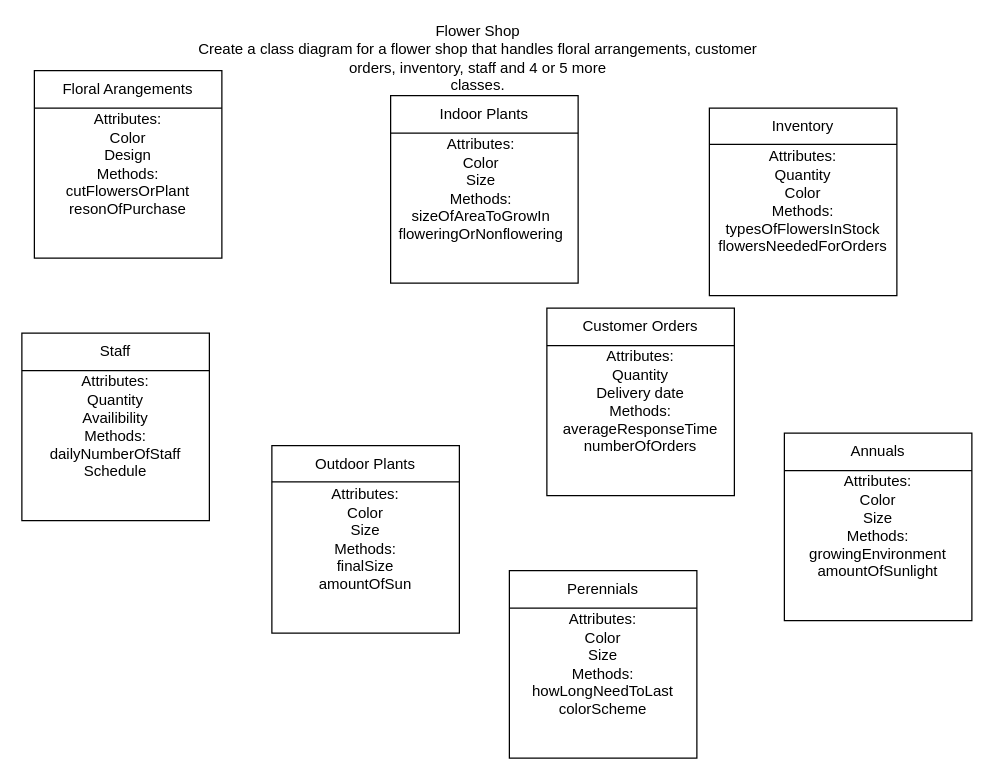
CMPCorinne2024/Allprojects keeps this draw.io diagram as CIS-180-Assignmnet2.drawio. Above is the earlier version. Source tidied: cells renumbered, new cells numbered last; positions are measured from the earlier drawing's top-left corner, leaving out a move shared by most shapes. Both pictures are drawn from the tidied source at 125%, with x=0, y=0 at pixel (21, 32).
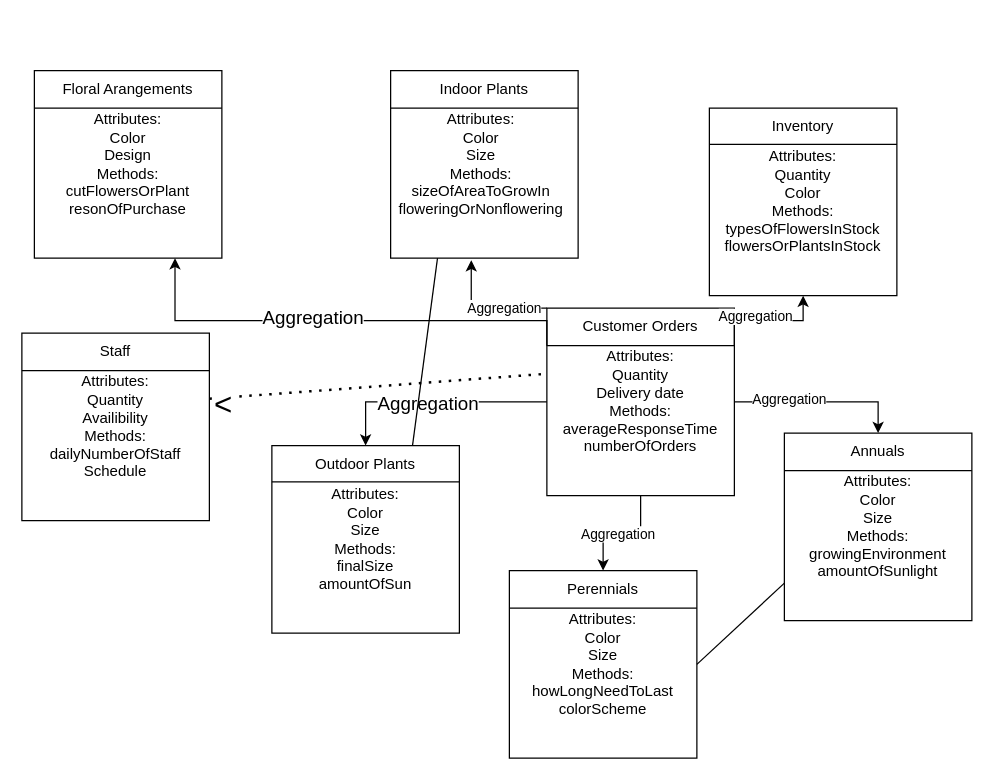
The same diagram, later.

The change refers to these unchanged cells:
```xml
<mxCell id="3" style="whiteSpace=wrap;html=1;" parent="1" vertex="1">
  <mxGeometry x="10" y="30" width="150" height="150" as="geometry" />
</mxCell>
<mxCell id="5" style="whiteSpace=wrap;html=1;" parent="1" vertex="1">
  <mxGeometry x="420" y="220" width="150" height="150" as="geometry" />
</mxCell>
<mxCell id="6" value="Customer Orders" style="text;html=1;align=center;verticalAlign=middle;whiteSpace=wrap;rounded=0;" parent="1" vertex="1">
  <mxGeometry x="420" y="220" width="150" height="30" as="geometry" />
</mxCell>
<mxCell id="7" style="whiteSpace=wrap;html=1;" parent="1" vertex="1">
  <mxGeometry x="550" y="60" width="150" height="150" as="geometry" />
</mxCell>
<mxCell id="12" value="Perennials" style="text;html=1;align=center;verticalAlign=middle;whiteSpace=wrap;rounded=0;" parent="1" vertex="1">
  <mxGeometry x="390" y="430" width="150" height="30" as="geometry" />
</mxCell>
<mxCell id="14" value="Annuals" style="text;html=1;align=center;verticalAlign=middle;whiteSpace=wrap;rounded=0;" parent="1" vertex="1">
  <mxGeometry x="610" y="320" width="150" height="30" as="geometry" />
</mxCell>
<mxCell id="18" value="Outdoor Plants" style="text;html=1;align=center;verticalAlign=middle;whiteSpace=wrap;rounded=0;" parent="1" vertex="1">
  <mxGeometry x="200" y="330" width="150" height="30" as="geometry" />
</mxCell>
<mxCell id="30" value="Attributes:&lt;div&gt;Color&lt;/div&gt;&lt;div&gt;Size&lt;/div&gt;&lt;div&gt;Methods:&lt;/div&gt;&lt;div&gt;growingEnvironment&lt;/div&gt;&lt;div&gt;amountOfSunlight&lt;/div&gt;" style="text;html=1;align=center;verticalAlign=middle;whiteSpace=wrap;rounded=0;" parent="1" vertex="1">
  <mxGeometry x="610" y="350" width="150" height="90" as="geometry" />
</mxCell>
<mxCell id="31" value="Attributes:&lt;div&gt;Color&lt;/div&gt;&lt;div&gt;Size&lt;/div&gt;&lt;div&gt;Methods:&lt;/div&gt;&lt;div&gt;howLongNeedToLast&lt;/div&gt;&lt;div&gt;colorScheme&lt;/div&gt;" style="text;html=1;align=center;verticalAlign=middle;whiteSpace=wrap;rounded=0;" parent="1" vertex="1">
  <mxGeometry x="390" y="460" width="150" height="90" as="geometry" />
</mxCell>
<mxCell id="32" value="Attributes:&lt;div&gt;Quantity&lt;/div&gt;&lt;div&gt;Availibility&lt;/div&gt;&lt;div&gt;Methods:&lt;/div&gt;&lt;div&gt;dailyNumberOfStaff&lt;/div&gt;&lt;div&gt;Schedule&lt;/div&gt;" style="text;html=1;align=center;verticalAlign=middle;whiteSpace=wrap;rounded=0;" parent="1" vertex="1">
  <mxGeometry y="270" width="150" height="90" as="geometry" />
</mxCell>
<mxCell id="34" value="Attributes:&lt;div&gt;Quantity&lt;/div&gt;&lt;div&gt;Delivery date&lt;/div&gt;&lt;div&gt;Methods:&lt;/div&gt;&lt;div&gt;averageResponseTime&lt;/div&gt;&lt;div&gt;numberOfOrders&lt;/div&gt;" style="text;html=1;align=center;verticalAlign=middle;whiteSpace=wrap;rounded=0;" parent="1" vertex="1">
  <mxGeometry x="420" y="250" width="150" height="90" as="geometry" />
</mxCell>
```

Diff of the diagram source:
```diff
@@
-    <mxCell id="2" value="Flower Shop&lt;br/&gt;Create a class diagram for a flower shop that handles floral arrangements, customer orders, inventory, staff and 4 or 5 more&lt;br/&gt;classes." style="text;html=1;align=center;verticalAlign=middle;whiteSpace=wrap;rounded=0;" parent="1" vertex="1">
-      <mxGeometry x="130" width="470" height="40" as="geometry" />
-    </mxCell>
@@
+    <mxCell id="35" style="edgeStyle=orthogonalEdgeStyle;rounded=0;jettySize=auto;html=1;exitX=0.5;exitY=1;exitDx=0;exitDy=0;entryX=0.5;entryY=0;entryDx=0;entryDy=0;" parent="1" edge="1" source="5" target="12">
+      <mxGeometry relative="1" as="geometry" />
+    </mxCell>
+    <mxCell id="36" value="Aggregation" style="edgeLabel;html=1;align=center;verticalAlign=middle;" parent="35" vertex="1">
+      <mxGeometry x="0.08" relative="1" as="geometry" />
+    </mxCell>
@@
+    <mxCell id="37" style="edgeStyle=orthogonalEdgeStyle;rounded=0;jettySize=auto;html=1;entryX=0.43;entryY=1.011;entryDx=0;entryDy=0;entryPerimeter=0;" parent="1" edge="1" source="6" target="15">
+      <mxGeometry relative="1" as="geometry">
+        <Array as="points">
+          <mxPoint x="359" y="220" />
+        </Array>
+      </mxGeometry>
+    </mxCell>
+    <mxCell id="38" value="Aggregation" style="edgeLabel;html=1;align=center;verticalAlign=middle;" parent="37" vertex="1">
+      <mxGeometry x="-0.29" y="-1" relative="1" as="geometry" />
+    </mxCell>
@@
     <mxCell id="15" style="whiteSpace=wrap;html=1;" parent="1" vertex="1">
-      <mxGeometry x="295" y="50" width="150" height="150" as="geometry" />
+      <mxGeometry x="295" y="30" width="150" height="150" as="geometry" />
     </mxCell>
     <mxCell id="16" value="Indoor Plants" style="text;html=1;align=center;verticalAlign=middle;whiteSpace=wrap;rounded=0;" parent="1" vertex="1">
-      <mxGeometry x="295" y="50" width="150" height="30" as="geometry" />
+      <mxGeometry x="295" y="30" width="150" height="30" as="geometry" />
     </mxCell>
@@
     <mxCell id="25" style="endArrow=none;html=1;rounded=0;exitX=0;exitY=1;exitDx=0;exitDy=0;entryX=1;entryY=1;entryDx=0;entryDy=0;" parent="1" edge="1">
       <mxGeometry relative="1" as="geometry">
-        <mxPoint x="295" y="80" as="sourcePoint" />
-        <mxPoint x="445" y="80" as="targetPoint" />
+        <mxPoint x="295" y="60" as="sourcePoint" />
+        <mxPoint x="445" y="60" as="targetPoint" />
       </mxGeometry>
     </mxCell>
@@
     <mxCell id="29" value="Attributes:&lt;div&gt;Color&lt;/div&gt;&lt;div&gt;Size&lt;/div&gt;&lt;div&gt;Methods:&lt;/div&gt;&lt;div&gt;sizeOfAreaToGrowIn&lt;/div&gt;&lt;div&gt;floweringOrNonflowering&lt;/div&gt;" style="text;html=1;align=center;verticalAlign=middle;whiteSpace=wrap;rounded=0;" parent="1" vertex="1">
-      <mxGeometry x="295" y="80" width="145" height="90" as="geometry" />
+      <mxGeometry x="295" y="60" width="145" height="90" as="geometry" />
     </mxCell>
@@
-    <mxCell id="33" value="Attributes:&lt;div&gt;Quantity&lt;/div&gt;&lt;div&gt;Color&lt;/div&gt;&lt;div&gt;Methods:&lt;/div&gt;&lt;div&gt;typesOfFlowersInStock&lt;/div&gt;&lt;div&gt;flowersNeededForOrders&lt;/div&gt;" style="text;html=1;align=center;verticalAlign=middle;whiteSpace=wrap;rounded=0;" parent="1" vertex="1">
+    <mxCell id="33" value="Attributes:&lt;div&gt;Quantity&lt;/div&gt;&lt;div&gt;Color&lt;/div&gt;&lt;div&gt;Methods:&lt;/div&gt;&lt;div&gt;typesOfFlowersInStock&lt;/div&gt;&lt;div&gt;flowersOrPlantsInStock&lt;/div&gt;" style="text;html=1;align=center;verticalAlign=middle;whiteSpace=wrap;rounded=0;" parent="1" vertex="1">
       <mxGeometry x="550" y="90" width="150" height="90" as="geometry" />
     </mxCell>
+    <mxCell id="39" style="edgeStyle=orthogonalEdgeStyle;rounded=0;jettySize=auto;html=1;exitX=0;exitY=0.5;exitDx=0;exitDy=0;entryX=0.5;entryY=0;entryDx=0;entryDy=0;" parent="1" edge="1" source="34" target="18">
+      <mxGeometry relative="1" as="geometry" />
+    </mxCell>
+    <mxCell id="40" value="&lt;font style=&quot;font-size: 15px;&quot;&gt;Aggregation&lt;/font&gt;" style="edgeLabel;html=1;align=center;verticalAlign=middle;" parent="39" vertex="1">
+      <mxGeometry x="0.07" relative="1" as="geometry" />
+    </mxCell>
+    <mxCell id="41" style="edgeStyle=orthogonalEdgeStyle;rounded=0;jettySize=auto;html=1;exitX=1;exitY=0.5;exitDx=0;exitDy=0;entryX=0.5;entryY=0;entryDx=0;entryDy=0;" parent="1" edge="1" source="34" target="14">
+      <mxGeometry relative="1" as="geometry" />
+    </mxCell>
+    <mxCell id="42" value="Aggregation" style="edgeLabel;html=1;align=center;verticalAlign=middle;" parent="41" vertex="1">
+      <mxGeometry x="-0.38" y="3" relative="1" as="geometry" />
+    </mxCell>
+    <mxCell id="43" style="edgeStyle=orthogonalEdgeStyle;rounded=0;jettySize=auto;html=1;exitX=1;exitY=0;exitDx=0;exitDy=0;" parent="1" edge="1" source="34" target="7">
+      <mxGeometry relative="1" as="geometry" />
+    </mxCell>
+    <mxCell id="44" value="Aggregation" style="edgeLabel;html=1;align=center;verticalAlign=middle;" parent="43" vertex="1">
+      <mxGeometry x="-0.22" y="4" relative="1" as="geometry">
+        <mxPoint x="-1" as="offset" />
+      </mxGeometry>
+    </mxCell>
+    <mxCell id="45" style="edgeStyle=orthogonalEdgeStyle;rounded=0;jettySize=auto;html=1;exitX=0;exitY=0;exitDx=0;exitDy=0;entryX=0.75;entryY=1;entryDx=0;entryDy=0;" parent="1" edge="1" source="34" target="3">
+      <mxGeometry relative="1" as="geometry">
+        <Array as="points">
+          <mxPoint x="420" y="230" />
+          <mxPoint x="123" y="230" />
+        </Array>
+      </mxGeometry>
+    </mxCell>
+    <mxCell id="46" value="&lt;font style=&quot;font-size: 15px;&quot;&gt;Aggregation&lt;/font&gt;" style="edgeLabel;html=1;align=center;verticalAlign=middle;" parent="45" vertex="1">
+      <mxGeometry x="0.13" y="-4" relative="1" as="geometry" />
+    </mxCell>
@@
+    <mxCell id="47" style="endArrow=none;html=1;rounded=0;exitX=0.75;exitY=0;exitDx=0;exitDy=0;entryX=0.25;entryY=1;entryDx=0;entryDy=0;" parent="1" edge="1" source="18" target="15">
+      <mxGeometry relative="1" as="geometry" />
+    </mxCell>
+    <mxCell id="48" style="endArrow=none;html=1;rounded=0;exitX=1;exitY=0.5;exitDx=0;exitDy=0;entryX=0;entryY=1;entryDx=0;entryDy=0;" parent="1" edge="1" source="31" target="30">
+      <mxGeometry relative="1" as="geometry" />
+    </mxCell>
+    <mxCell id="49" style="endArrow=none;dashed=1;html=1;dashPattern=1 3;strokeWidth=2;rounded=0;exitX=1;exitY=0.25;exitDx=0;exitDy=0;entryX=0;entryY=0.25;entryDx=0;entryDy=0;" parent="1" edge="1" source="32" target="34">
+      <mxGeometry relative="1" as="geometry" />
+    </mxCell>
+    <mxCell id="50" value="&amp;lt;" style="edgeLabel;html=1;align=center;verticalAlign=middle;fontSize=25;" parent="49" vertex="1">
+      <mxGeometry x="-0.86" y="4" relative="1" as="geometry">
+        <mxPoint x="-8" y="8" as="offset" />
+      </mxGeometry>
+    </mxCell>
```
